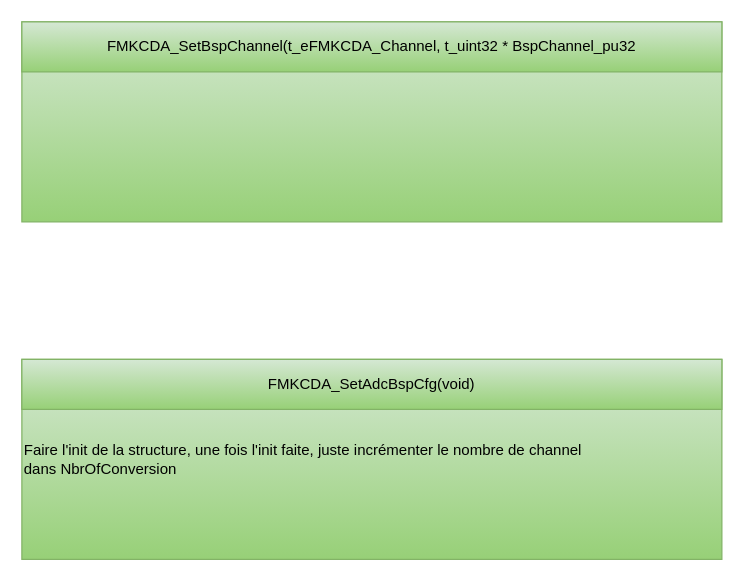
The draw.io diagram page "Static API" (2 of 8) of src/1_FMK/FMK_HAL/FMK_CDA/Doc/FMK_CDA.drawio in mbarbeau0545/Stm32PrjTpl, before the edit. Source tidied: cells renumbered, new cells numbered last; positions are measured from the earlier drawing's top-left corner, leaving out a move shared by most shapes. Both pictures are drawn from the tidied source at 125%, with x=0, y=0 at pixel (21, 21).
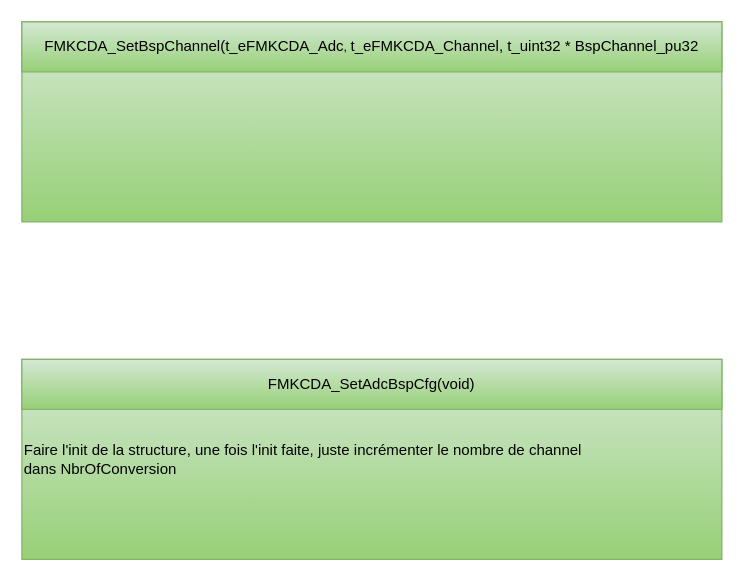
Above is the later version.

Diff of the diagram source:
```diff
@@
 <mxGraphModel>
   <root>
     <mxCell id="0" />
     <mxCell id="1" parent="0" />
     <mxCell id="2" style="group;" parent="1" vertex="1">
       <mxGeometry width="560" height="160" as="geometry" />
     </mxCell>
     <mxCell id="3" style="rounded=0;whiteSpace=wrap;html=1;fillColor=#d5e8d4;gradientColor=#97d077;strokeColor=#82b366;fontColor=#000000;align=left;" parent="2" vertex="1">
       <mxGeometry width="560" height="160" as="geometry" />
     </mxCell>
-    <mxCell id="4" value="FMKCDA_SetBspChannel(t_eFMKCDA_Channel, t_uint32 * BspChannel_pu32" style="rounded=0;whiteSpace=wrap;html=1;fillColor=#d5e8d4;gradientColor=#97d077;strokeColor=#82b366;fontColor=#000000;" parent="2" vertex="1">
+    <mxCell id="4" value="FMKCDA_SetBspChannel(&lt;span style=&quot;text-align: left; text-wrap: nowrap;&quot;&gt;t_eFMKCDA_Adc&lt;font size=&quot;1&quot;&gt;,&amp;nbsp;&lt;/font&gt;&lt;/span&gt;t_eFMKCDA_Channel, t_uint32 * BspChannel_pu32" style="rounded=0;whiteSpace=wrap;html=1;fillColor=#d5e8d4;gradientColor=#97d077;strokeColor=#82b366;fontColor=#000000;" parent="2" vertex="1">
       <mxGeometry width="560" height="40" as="geometry" />
     </mxCell>
     <mxCell id="5" style="group;" parent="1" vertex="1">
       <mxGeometry y="270" width="560" height="160" as="geometry" />
     </mxCell>
     <mxCell id="6" value="Faire l'init de la structure, une fois l'init faite, juste incrémenter le nombre de channel dans&amp;nbsp;NbrOfConversion" style="rounded=0;whiteSpace=wrap;html=1;fillColor=#d5e8d4;gradientColor=#97d077;strokeColor=#82b366;fontColor=#000000;align=left;" parent="5" vertex="1">
       <mxGeometry width="560" height="160" as="geometry" />
     </mxCell>
     <mxCell id="7" value="FMKCDA_SetAdcBspCfg(void&lt;span style=&quot;background-color: initial;&quot;&gt;)&lt;/span&gt;" style="rounded=0;whiteSpace=wrap;html=1;fillColor=#d5e8d4;gradientColor=#97d077;strokeColor=#82b366;fontColor=#000000;" parent="5" vertex="1">
       <mxGeometry width="560" height="40" as="geometry" />
     </mxCell>
   </root>
 </mxGraphModel>
```
